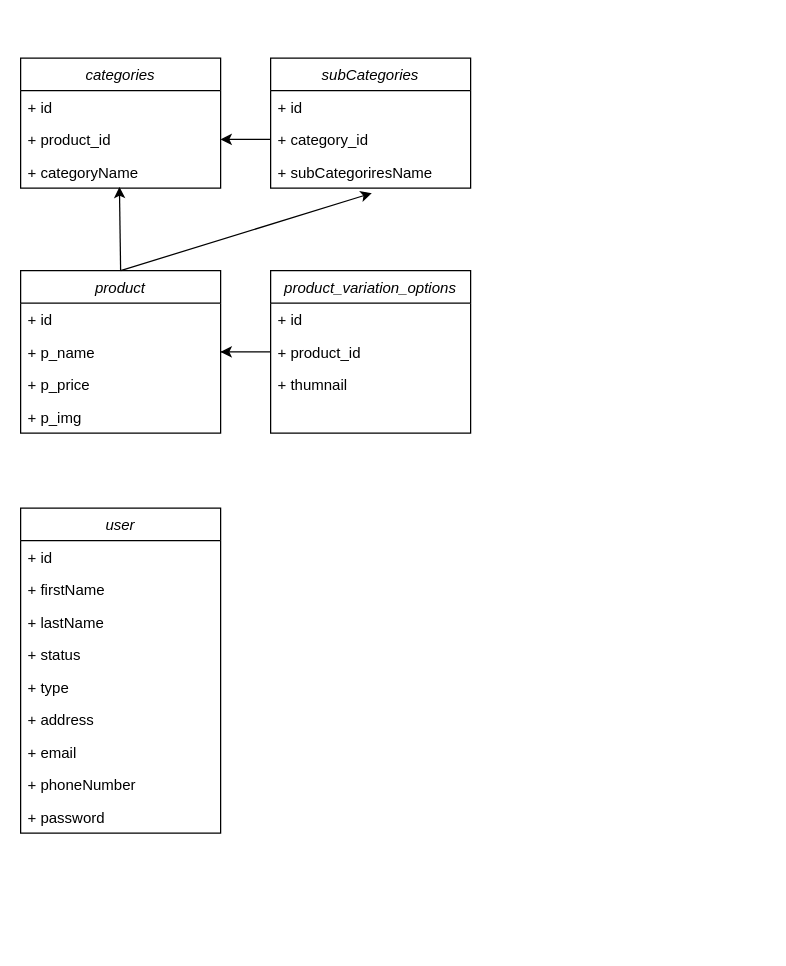
Earlier version of the draw.io diagram Untitled Diagram.drawio (tuantransn2001/lenleys_fullstack). Source tidied: cells renumbered, new cells numbered last; positions are measured from the earlier drawing's top-left corner, leaving out a move shared by most shapes. Both pictures are drawn from the tidied source at 125%, with x=0, y=0 at pixel (20, 58).
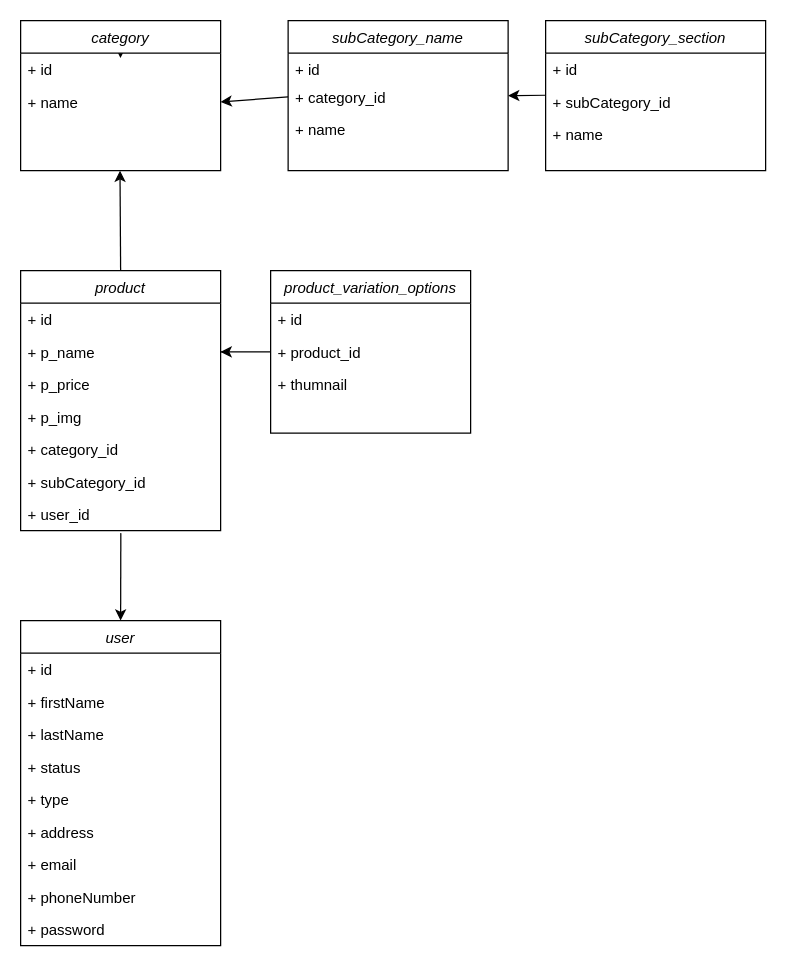
After the change.

What changed in the source:
```diff
@@
     <mxCell id="2" value="product" style="swimlane;fontStyle=2;align=center;verticalAlign=top;horizontal=1;startSize=26;rounded=0;shadow=0;strokeWidth=1;" parent="1" vertex="1">
-      <mxGeometry y="170" width="160" height="130" as="geometry" />
+      <mxGeometry y="170" width="160" height="208" as="geometry" />
     </mxCell>
@@
+    <mxCell id="33" value="+ category_id" style="text;align=left;verticalAlign=top;spacingLeft=4;spacingRight=4;overflow=hidden;" parent="2" vertex="1">
+      <mxGeometry y="130" width="160" height="26" as="geometry" />
+    </mxCell>
+    <mxCell id="34" value="+ subCategory_id" style="text;align=left;verticalAlign=top;spacingLeft=4;spacingRight=4;overflow=hidden;" parent="2" vertex="1">
+      <mxGeometry y="156" width="160" height="26" as="geometry" />
+    </mxCell>
+    <mxCell id="35" value="+ user_id" style="text;align=left;verticalAlign=top;spacingLeft=4;spacingRight=4;overflow=hidden;points=[[0,0.5],[1,0.5]];portConstraint=eastwest;" parent="2" vertex="1">
+      <mxGeometry y="182" width="160" height="26" as="geometry" />
+    </mxCell>
@@
     <mxCell id="11" value="user" style="swimlane;fontStyle=2;align=center;verticalAlign=top;horizontal=1;startSize=26;rounded=0;shadow=0;strokeWidth=1;" parent="1" vertex="1">
-      <mxGeometry y="360" width="160" height="260" as="geometry" />
+      <mxGeometry y="450" width="160" height="260" as="geometry" />
     </mxCell>
@@
+    <mxCell id="36" style="edgeStyle=orthogonalEdgeStyle;rounded=0;jettySize=auto;html=1;exitX=0.5;exitY=0;exitDx=0;exitDy=0;" parent="1" edge="1" source="22">
+      <mxGeometry relative="1" as="geometry">
+        <mxPoint x="79.9" y="-0.1" as="targetPoint" />
+      </mxGeometry>
+    </mxCell>
-    <mxCell id="22" value="categories" style="swimlane;fontStyle=2;align=center;verticalAlign=top;horizontal=1;startSize=26;rounded=0;shadow=0;strokeWidth=1;" parent="1" vertex="1">
-      <mxGeometry width="160" height="104" as="geometry" />
+    <mxCell id="22" value="category" style="swimlane;fontStyle=2;align=center;verticalAlign=top;horizontal=1;startSize=26;rounded=0;shadow=0;strokeWidth=1;" parent="1" vertex="1">
+      <mxGeometry y="-30" width="160" height="120" as="geometry" />
     </mxCell>
@@
-    <mxCell id="24" value="+ product_id" style="text;align=left;verticalAlign=top;spacingLeft=4;spacingRight=4;overflow=hidden;points=[[0,0.5],[1,0.5]];portConstraint=eastwest;rounded=0;shadow=0;html=0;" parent="22" vertex="1">
-      <mxGeometry y="52" width="160" height="26" as="geometry" />
-    </mxCell>
-    <mxCell id="25" value="+ categoryName" style="text;align=left;verticalAlign=top;spacingLeft=4;spacingRight=4;overflow=hidden;points=[[0,0.5],[1,0.5]];portConstraint=eastwest;rounded=0;shadow=0;html=0;" parent="22" vertex="1">
-      <mxGeometry y="78" width="160" height="26" as="geometry" />
+    <mxCell id="25" value="+ name" style="text;align=left;verticalAlign=top;spacingLeft=4;spacingRight=4;overflow=hidden;points=[[0,0.5],[1,0.5]];portConstraint=eastwest;rounded=0;shadow=0;html=0;" parent="22" vertex="1">
+      <mxGeometry y="52" width="160" height="26" as="geometry" />
     </mxCell>
-    <mxCell id="26" value="subCategories" style="swimlane;fontStyle=2;align=center;verticalAlign=top;horizontal=1;startSize=26;rounded=0;shadow=0;strokeWidth=1;" parent="1" vertex="1">
-      <mxGeometry x="200" width="160" height="104" as="geometry" />
+    <mxCell id="26" value="subCategory_name&#10;" style="swimlane;fontStyle=2;align=center;verticalAlign=top;horizontal=1;startSize=26;rounded=0;shadow=0;strokeWidth=1;" parent="1" vertex="1">
+      <mxGeometry x="214" y="-30" width="176" height="120" as="geometry" />
     </mxCell>
     <mxCell id="27" value="+ id" style="text;align=left;verticalAlign=top;spacingLeft=4;spacingRight=4;overflow=hidden;" parent="26" vertex="1">
-      <mxGeometry y="26" width="160" height="26" as="geometry" />
+      <mxGeometry y="26" width="176" height="22" as="geometry" />
     </mxCell>
     <mxCell id="28" value="+ category_id" style="text;align=left;verticalAlign=top;spacingLeft=4;spacingRight=4;overflow=hidden;points=[[0,0.5],[1,0.5]];portConstraint=eastwest;rounded=0;shadow=0;html=0;" parent="26" vertex="1">
-      <mxGeometry y="52" width="160" height="26" as="geometry" />
+      <mxGeometry y="48" width="176" height="26" as="geometry" />
     </mxCell>
-    <mxCell id="29" value="+ subCategoriresName" style="text;align=left;verticalAlign=top;spacingLeft=4;spacingRight=4;overflow=hidden;points=[[0,0.5],[1,0.5]];portConstraint=eastwest;rounded=0;shadow=0;html=0;" parent="26" vertex="1">
-      <mxGeometry y="78" width="160" height="26" as="geometry" />
+    <mxCell id="29" value="+ name" style="text;align=left;verticalAlign=top;spacingLeft=4;spacingRight=4;overflow=hidden;points=[[0,0.5],[1,0.5]];portConstraint=eastwest;rounded=0;shadow=0;html=0;" parent="26" vertex="1">
+      <mxGeometry y="74" width="176" height="26" as="geometry" />
     </mxCell>
-    <mxCell id="30" style="endArrow=classic;html=1;rounded=0;exitX=0;exitY=0.5;exitDx=0;exitDy=0;entryX=1;entryY=0.5;entryDx=0;entryDy=0;" parent="1" edge="1" source="28" target="24">
+    <mxCell id="30" style="endArrow=classic;html=1;rounded=0;exitX=0;exitY=0.5;exitDx=0;exitDy=0;entryX=1;entryY=0.5;entryDx=0;entryDy=0;" parent="1" edge="1" source="28" target="25">
       <mxGeometry relative="1" as="geometry" />
     </mxCell>
-    <mxCell id="31" style="endArrow=classic;html=1;rounded=0;entryX=0.506;entryY=1.154;entryDx=0;entryDy=0;entryPerimeter=0;" parent="1" edge="1" target="29">
-      <mxGeometry relative="1" as="geometry">
-        <mxPoint x="80" y="170" as="sourcePoint" />
-      </mxGeometry>
-    </mxCell>
-    <mxCell id="32" style="endArrow=classic;html=1;rounded=0;entryX=0.494;entryY=0.962;entryDx=0;entryDy=0;entryPerimeter=0;" parent="1" edge="1" target="25">
+    <mxCell id="32" style="endArrow=classic;html=1;rounded=0;" parent="1" edge="1">
       <mxGeometry relative="1" as="geometry">
         <mxPoint x="80" y="170" as="sourcePoint" />
+        <mxPoint x="79.5" y="90" as="targetPoint" />
+        <Array as="points">
+          <mxPoint x="79.5" y="90" />
+        </Array>
       </mxGeometry>
     </mxCell>
+    <mxCell id="37" value="subCategory_section" style="swimlane;fontStyle=2;align=center;verticalAlign=top;horizontal=1;startSize=26;rounded=0;shadow=0;strokeWidth=1;" parent="1" vertex="1">
+      <mxGeometry x="420" y="-30" width="176" height="120" as="geometry" />
+    </mxCell>
+    <mxCell id="38" value="+ id" style="text;align=left;verticalAlign=top;spacingLeft=4;spacingRight=4;overflow=hidden;" parent="37" vertex="1">
+      <mxGeometry y="26" width="176" height="26" as="geometry" />
+    </mxCell>
+    <mxCell id="39" value="+ subCategory_id" style="text;align=left;verticalAlign=top;spacingLeft=4;spacingRight=4;overflow=hidden;rounded=0;shadow=0;html=0;" parent="37" vertex="1">
+      <mxGeometry y="52" width="176" height="26" as="geometry" />
+    </mxCell>
+    <mxCell id="40" value="+ name&#10;" style="text;align=left;verticalAlign=top;spacingLeft=4;spacingRight=4;overflow=hidden;rounded=0;shadow=0;html=0;" parent="37" vertex="1">
+      <mxGeometry y="78" width="176" height="26" as="geometry" />
+    </mxCell>
+    <mxCell id="41" style="endArrow=classic;html=1;rounded=0;exitX=0;exitY=0.5;exitDx=0;exitDy=0;" parent="1" edge="1">
+      <mxGeometry relative="1" as="geometry">
+        <mxPoint x="420" y="29.7" as="sourcePoint" />
+        <mxPoint x="390" y="30" as="targetPoint" />
+      </mxGeometry>
+    </mxCell>
+    <mxCell id="42" style="endArrow=classic;html=1;rounded=0;exitX=0.501;exitY=1.077;exitDx=0;exitDy=0;exitPerimeter=0;entryX=0.5;entryY=0;entryDx=0;entryDy=0;" parent="1" edge="1" source="35" target="11">
+      <mxGeometry relative="1" as="geometry" />
+    </mxCell>
```
